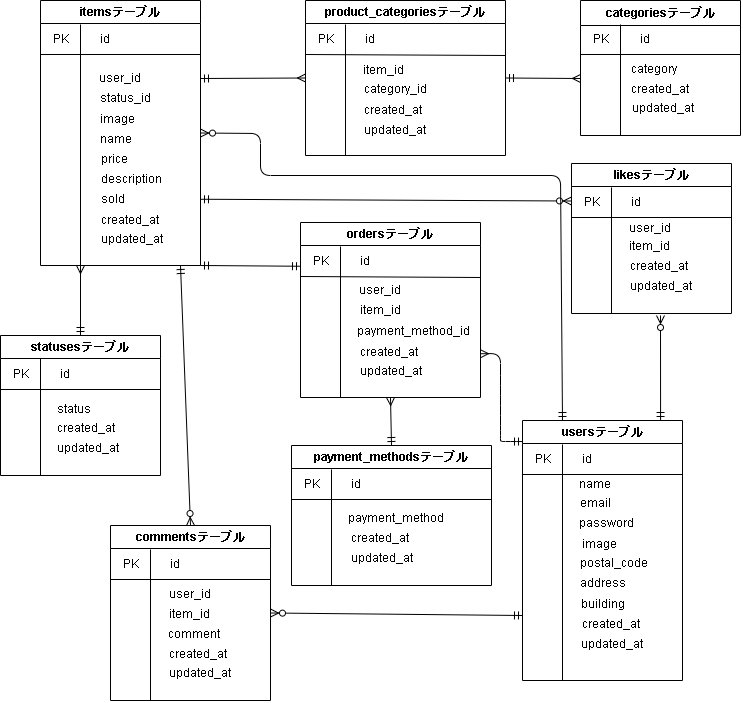
Above: index.drawio.png in sakura693/marketplace (draw.io), before the change. Source tidied: cells renumbered, new cells last; positions are measured from the earlier drawing's top-left corner, leaving out a move shared by most shapes.
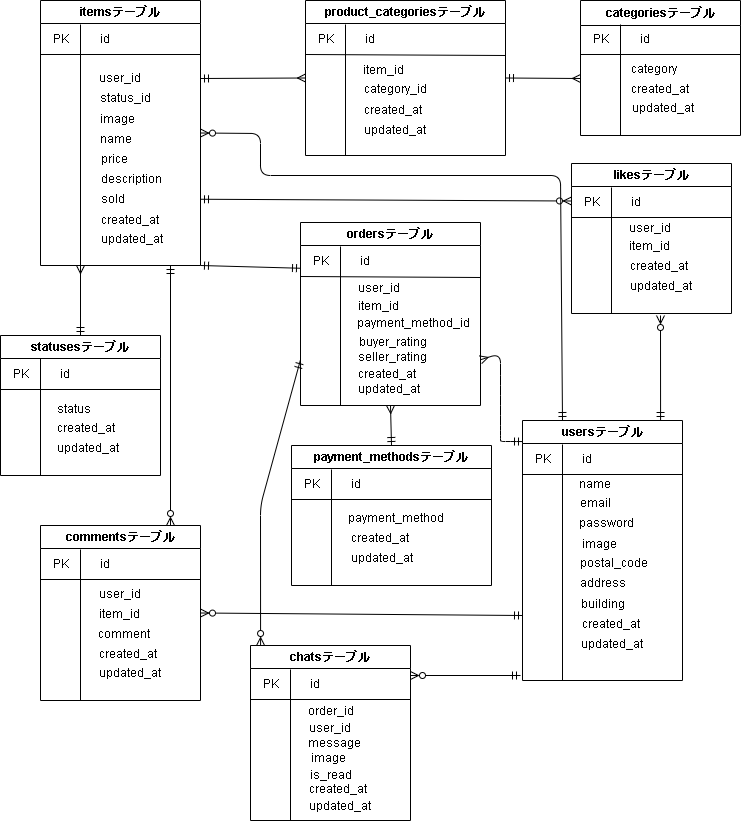
Later version of the same file.

Commit message:
Modify relationships in ER diagram

What changed in the source:
```diff
@@ -10,6 +10,12 @@
     <mxCell id="3" style="edgeStyle=none;html=1;exitX=0;exitY=0.75;exitDx=0;exitDy=0;entryX=1;entryY=0.5;entryDx=0;entryDy=0;startArrow=ERmandOne;startFill=0;endArrow=ERzeroToMany;endFill=0;" parent="1" edge="1" source="4" target="83">
       <mxGeometry relative="1" as="geometry" />
     </mxCell>
+    <mxCell id="103" style="edgeStyle=none;html=1;endArrow=ERzeroToMany;endFill=0;startArrow=ERmandOne;startFill=0;" parent="1" edge="1">
+      <mxGeometry relative="1" as="geometry">
+        <mxPoint x="520" y="675" as="sourcePoint" />
+        <mxPoint x="410" y="675" as="targetPoint" />
+      </mxGeometry>
+    </mxCell>
     <mxCell id="4" value="usersテーブル" style="swimlane;whiteSpace=wrap;html=1;" parent="1" vertex="1">
       <mxGeometry x="522" y="420" width="160" height="260" as="geometry" />
     </mxCell>
@@ -97,9 +103,10 @@
     <mxCell id="28" style="edgeStyle=none;html=1;entryX=0.5;entryY=0;entryDx=0;entryDy=0;startArrow=ERmany;startFill=0;endArrow=ERmandOne;endFill=0;exitX=0.25;exitY=1;exitDx=0;exitDy=0;" parent="1" edge="1" source="32" target="62">
       <mxGeometry relative="1" as="geometry" />
     </mxCell>
-    <mxCell id="29" style="edgeStyle=none;html=1;startArrow=ERmandOne;startFill=0;endArrow=ERzeroToMany;endFill=0;entryX=0.5;entryY=0;entryDx=0;entryDy=0;" parent="1" edge="1" target="83">
+    <mxCell id="29" style="edgeStyle=none;html=1;startArrow=ERmandOne;startFill=0;endArrow=ERzeroToMany;endFill=0;entryX=0.5;entryY=0;entryDx=0;entryDy=0;" parent="1" edge="1">
       <mxGeometry relative="1" as="geometry">
-        <mxPoint x="180" y="265" as="sourcePoint" />
+        <mxPoint x="170" y="265" as="sourcePoint" />
+        <mxPoint x="170" y="525" as="targetPoint" />
       </mxGeometry>
     </mxCell>
     <mxCell id="30" style="edgeStyle=none;html=1;exitX=1;exitY=0.75;exitDx=0;exitDy=0;entryX=0;entryY=0.25;entryDx=0;entryDy=0;startArrow=ERmandOne;startFill=0;endArrow=ERzeroToMany;endFill=0;" parent="1" edge="1" source="32" target="18">
@@ -269,8 +276,15 @@
         <mxPoint x="200" y="265" as="targetPoint" />
       </mxGeometry>
     </mxCell>
+    <mxCell id="104" style="edgeStyle=none;html=1;exitX=0;exitY=0.75;exitDx=0;exitDy=0;entryX=0.063;entryY=0;entryDx=0;entryDy=0;entryPerimeter=0;endArrow=ERzeroToMany;endFill=0;startArrow=ERmandOne;startFill=0;" parent="1" edge="1" source="73" target="108">
+      <mxGeometry relative="1" as="geometry">
+        <Array as="points">
+          <mxPoint x="260" y="505" />
+        </Array>
+      </mxGeometry>
+    </mxCell>
     <mxCell id="73" value="ordersテーブル" style="swimlane;whiteSpace=wrap;html=1;" parent="1" vertex="1">
-      <mxGeometry x="300" y="222" width="180" height="175" as="geometry" />
+      <mxGeometry x="300" y="222" width="180" height="183" as="geometry" />
     </mxCell>
     <mxCell id="74" value="PK" style="text;html=1;strokeColor=none;fillColor=none;align=center;verticalAlign=middle;whiteSpace=wrap;rounded=0;" parent="73" vertex="1">
       <mxGeometry x="6" y="24" width="30" height="30" as="geometry" />
@@ -279,7 +293,7 @@
       <mxGeometry x="54" y="29" width="21" height="20" as="geometry" />
     </mxCell>
     <mxCell id="76" value="user_id" style="text;html=1;strokeColor=none;fillColor=none;align=center;verticalAlign=middle;whiteSpace=wrap;rounded=0;" parent="73" vertex="1">
-      <mxGeometry x="60" y="57" width="40" height="21" as="geometry" />
+      <mxGeometry x="59" y="55" width="40" height="21" as="geometry" />
     </mxCell>
     <mxCell id="77" style="endArrow=none;html=1;" parent="73" edge="1">
       <mxGeometry relative="1" as="geometry">
@@ -289,24 +303,30 @@
     </mxCell>
     <mxCell id="78" style="endArrow=none;html=1;" parent="73" edge="1">
       <mxGeometry relative="1" as="geometry">
-        <mxPoint x="40" y="175" as="sourcePoint" />
+        <mxPoint x="40" y="183" as="sourcePoint" />
         <mxPoint x="40" y="24" as="targetPoint" />
       </mxGeometry>
     </mxCell>
     <mxCell id="79" value="created_at" style="text;html=1;strokeColor=none;fillColor=none;align=center;verticalAlign=middle;whiteSpace=wrap;rounded=0;" parent="73" vertex="1">
-      <mxGeometry x="63" y="120" width="52" height="20" as="geometry" />
+      <mxGeometry x="61" y="142" width="52" height="20" as="geometry" />
     </mxCell>
     <mxCell id="80" value="updated_at" style="text;html=1;strokeColor=none;fillColor=none;align=center;verticalAlign=middle;whiteSpace=wrap;rounded=0;" parent="73" vertex="1">
-      <mxGeometry x="61" y="139" width="60" height="20" as="geometry" />
+      <mxGeometry x="59" y="157" width="60" height="20" as="geometry" />
     </mxCell>
     <mxCell id="81" value="payment_method_id" style="text;html=1;strokeColor=none;fillColor=none;align=center;verticalAlign=middle;whiteSpace=wrap;rounded=0;" parent="73" vertex="1">
-      <mxGeometry x="58" y="99" width="110" height="21" as="geometry" />
+      <mxGeometry x="58" y="90" width="110" height="21" as="geometry" />
     </mxCell>
     <mxCell id="82" value="item_id" style="text;html=1;strokeColor=none;fillColor=none;align=center;verticalAlign=middle;whiteSpace=wrap;rounded=0;" parent="73" vertex="1">
-      <mxGeometry x="55" y="80" width="51" height="16" as="geometry" />
+      <mxGeometry x="53" y="76" width="51" height="16" as="geometry" />
     </mxCell>
+    <mxCell id="105" value="buyer_rating" style="text;html=1;strokeColor=none;fillColor=none;align=center;verticalAlign=middle;whiteSpace=wrap;rounded=0;" parent="73" vertex="1">
+      <mxGeometry x="60" y="111" width="65" height="17" as="geometry" />
+    </mxCell>
+    <mxCell id="106" value="seller_rating" style="text;html=1;strokeColor=none;fillColor=none;align=center;verticalAlign=middle;whiteSpace=wrap;rounded=0;" parent="73" vertex="1">
+      <mxGeometry x="62" y="125" width="60" height="20" as="geometry" />
+    </mxCell>
     <mxCell id="83" value="commentsテーブル" style="swimlane;whiteSpace=wrap;html=1;" parent="1" vertex="1">
-      <mxGeometry x="110" y="525" width="160" height="175" as="geometry" />
+      <mxGeometry x="40" y="525" width="160" height="175" as="geometry" />
     </mxCell>
     <mxCell id="84" value="PK" style="text;html=1;strokeColor=none;fillColor=none;align=center;verticalAlign=middle;whiteSpace=wrap;rounded=0;" parent="83" vertex="1">
       <mxGeometry x="6" y="24" width="30" height="30" as="geometry" />
@@ -379,5 +399,50 @@
     <mxCell id="102" value="category_id" style="text;html=1;strokeColor=none;fillColor=none;align=center;verticalAlign=middle;whiteSpace=wrap;rounded=0;" parent="94" vertex="1">
       <mxGeometry x="60" y="81" width="61" height="16" as="geometry" />
     </mxCell>
+    <mxCell id="107" value="&lt;div&gt;&lt;br&gt;&lt;/div&gt;" style="text;html=1;align=center;verticalAlign=middle;strokeColor=none;fillColor=none;" parent="1" vertex="1">
+      <mxGeometry x="241" y="343" width="20" height="30" as="geometry" />
+    </mxCell>
+    <mxCell id="108" value="chatsテーブル" style="swimlane;whiteSpace=wrap;html=1;" parent="1" vertex="1">
+      <mxGeometry x="250" y="645" width="160" height="175" as="geometry" />
+    </mxCell>
+    <mxCell id="109" value="PK" style="text;html=1;strokeColor=none;fillColor=none;align=center;verticalAlign=middle;whiteSpace=wrap;rounded=0;" parent="108" vertex="1">
+      <mxGeometry x="6" y="24" width="30" height="30" as="geometry" />
+    </mxCell>
+    <mxCell id="110" value="id" style="text;html=1;strokeColor=none;fillColor=none;align=center;verticalAlign=middle;whiteSpace=wrap;rounded=0;" parent="108" vertex="1">
+      <mxGeometry x="54" y="29" width="21" height="20" as="geometry" />
+    </mxCell>
+    <mxCell id="111" value="user_id" style="text;html=1;strokeColor=none;fillColor=none;align=center;verticalAlign=middle;whiteSpace=wrap;rounded=0;" parent="108" vertex="1">
+      <mxGeometry x="60" y="72.5" width="40" height="20" as="geometry" />
+    </mxCell>
+    <mxCell id="112" style="endArrow=none;html=1;" parent="108" edge="1">
+      <mxGeometry relative="1" as="geometry">
+        <mxPoint y="54" as="sourcePoint" />
+        <mxPoint x="160" y="54" as="targetPoint" />
+      </mxGeometry>
+    </mxCell>
+    <mxCell id="113" style="endArrow=none;html=1;" parent="108" edge="1">
+      <mxGeometry relative="1" as="geometry">
+        <mxPoint x="40" y="175" as="sourcePoint" />
+        <mxPoint x="40" y="24" as="targetPoint" />
+      </mxGeometry>
+    </mxCell>
+    <mxCell id="114" value="created_at" style="text;html=1;strokeColor=none;fillColor=none;align=center;verticalAlign=middle;whiteSpace=wrap;rounded=0;" parent="108" vertex="1">
+      <mxGeometry x="62" y="134" width="52" height="20" as="geometry" />
+    </mxCell>
+    <mxCell id="115" value="updated_at" style="text;html=1;strokeColor=none;fillColor=none;align=center;verticalAlign=middle;whiteSpace=wrap;rounded=0;" parent="108" vertex="1">
+      <mxGeometry x="60" y="151" width="60" height="20" as="geometry" />
+    </mxCell>
+    <mxCell id="116" value="message" style="text;html=1;strokeColor=none;fillColor=none;align=center;verticalAlign=middle;whiteSpace=wrap;rounded=0;" parent="108" vertex="1">
+      <mxGeometry x="59" y="88" width="50" height="20" as="geometry" />
+    </mxCell>
+    <mxCell id="117" value="order_id" style="text;html=1;strokeColor=none;fillColor=none;align=center;verticalAlign=middle;whiteSpace=wrap;rounded=0;" parent="108" vertex="1">
+      <mxGeometry x="66" y="60.5" width="30" height="10" as="geometry" />
+    </mxCell>
+    <mxCell id="118" value="image" style="text;html=1;strokeColor=none;fillColor=none;align=center;verticalAlign=middle;whiteSpace=wrap;rounded=0;" parent="108" vertex="1">
+      <mxGeometry x="53" y="103" width="50" height="20" as="geometry" />
+    </mxCell>
+    <mxCell id="119" value="is_read" style="text;html=1;strokeColor=none;fillColor=none;align=center;verticalAlign=middle;whiteSpace=wrap;rounded=0;" parent="108" vertex="1">
+      <mxGeometry x="56" y="120" width="50" height="20" as="geometry" />
+    </mxCell>
   </root>
 </mxGraphModel>
```
